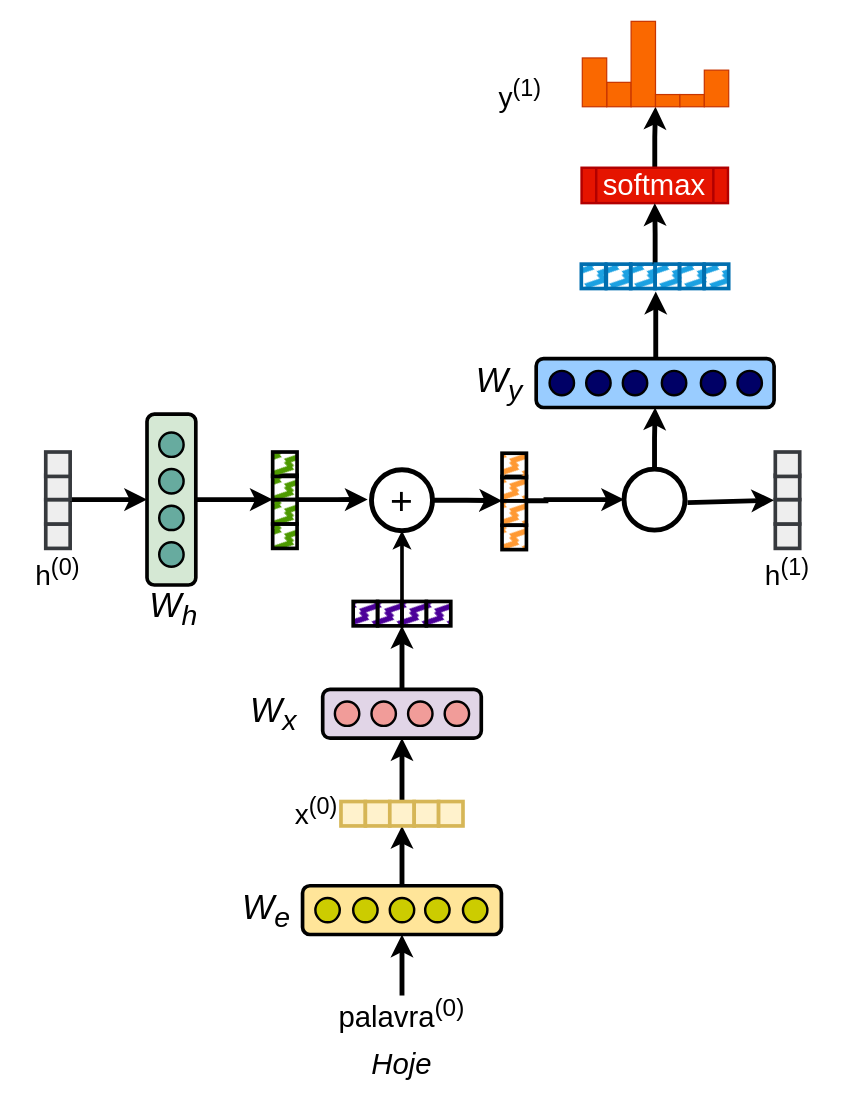
Before: rnn_lm_detailed.drawio in viniciusrpb/drawio_flowcharts, a draw.io diagram. Source tidied: cells renumbered, new cells numbered last; positions are measured from the earlier drawing's top-left corner, leaving out a move shared by most shapes. Both pictures are drawn from the tidied source at 122%, with x=0, y=0 at pixel (21, 21).
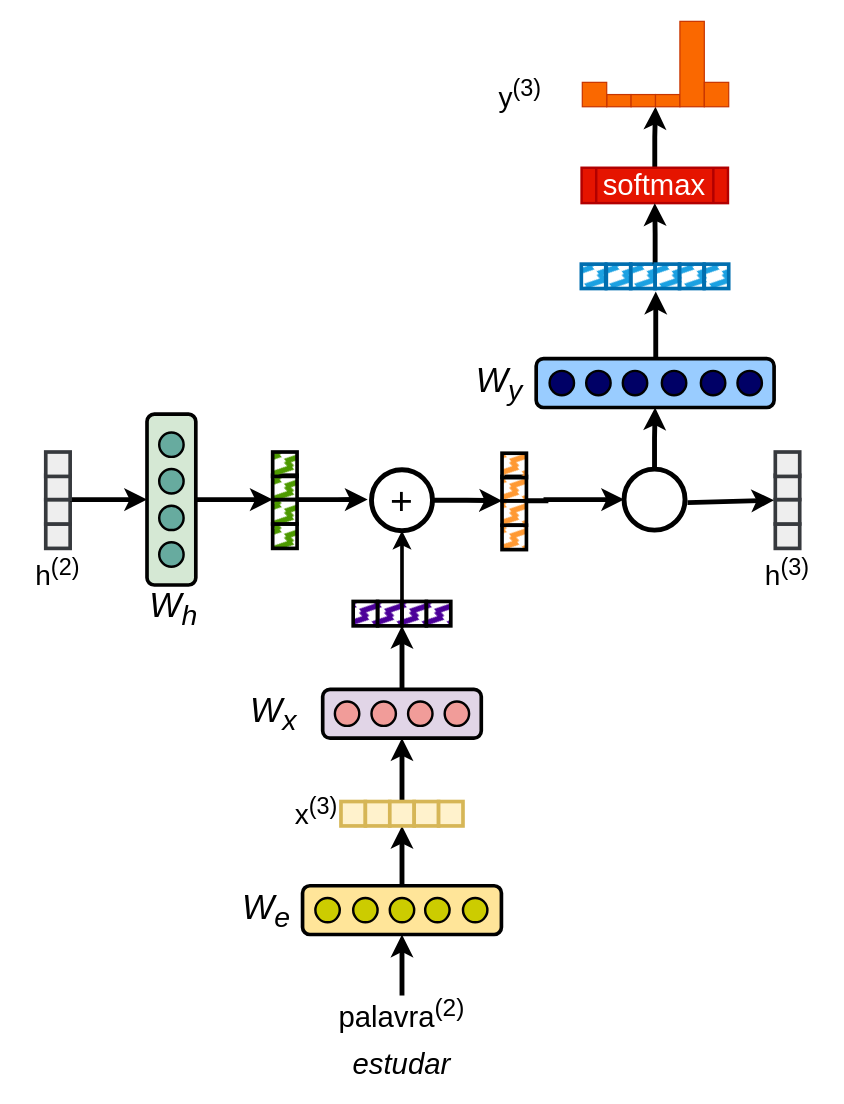
The same diagram, later.

Change to the diagram source:
```diff
@@
-    <mxCell id="13" value="x&lt;sup&gt;(0)&lt;/sup&gt;" style="text;html=1;align=center;verticalAlign=middle;whiteSpace=wrap;rounded=0;fontSize=23;strokeWidth=4;" parent="1" vertex="1">
+    <mxCell id="13" value="x&lt;sup&gt;(3)&lt;/sup&gt;" style="text;html=1;align=center;verticalAlign=middle;whiteSpace=wrap;rounded=0;fontSize=23;strokeWidth=4;" parent="1" vertex="1">
       <mxGeometry x="212" y="632.5" width="60" height="30" as="geometry" />
     </mxCell>
-    <mxCell id="14" value="h&lt;sup&gt;(0)&lt;/sup&gt;" style="text;html=1;align=center;verticalAlign=middle;whiteSpace=wrap;rounded=0;fontSize=23;strokeWidth=4;" parent="1" vertex="1">
+    <mxCell id="14" value="h&lt;sup&gt;(2)&lt;/sup&gt;" style="text;html=1;align=center;verticalAlign=middle;whiteSpace=wrap;rounded=0;fontSize=23;strokeWidth=4;" parent="1" vertex="1">
       <mxGeometry y="437" width="60" height="30" as="geometry" />
     </mxCell>
@@
-    <mxCell id="24" value="palavra&lt;sup&gt;(0)&lt;/sup&gt;" style="text;html=1;align=center;verticalAlign=middle;whiteSpace=wrap;rounded=0;fontSize=24;" parent="1" vertex="1">
+    <mxCell id="24" value="palavra&lt;sup&gt;(2)&lt;/sup&gt;" style="text;html=1;align=center;verticalAlign=middle;whiteSpace=wrap;rounded=0;fontSize=24;" parent="1" vertex="1">
       <mxGeometry x="282" y="798.5" width="60" height="30" as="geometry" />
     </mxCell>
@@
-    <mxCell id="47" value="y&lt;sup&gt;(1)&lt;/sup&gt;" style="text;html=1;align=center;verticalAlign=middle;whiteSpace=wrap;rounded=0;fontSize=23;strokeWidth=4;" parent="1" vertex="1">
+    <mxCell id="47" value="y&lt;sup&gt;(3)&lt;/sup&gt;" style="text;html=1;align=center;verticalAlign=middle;whiteSpace=wrap;rounded=0;fontSize=23;strokeWidth=4;" parent="1" vertex="1">
       <mxGeometry x="379.2" y="45" width="60" height="30" as="geometry" />
     </mxCell>
@@
     <mxCell id="55" style="rounded=0;whiteSpace=wrap;html=1;strokeWidth=1;fillColor=#fa6800;strokeColor=#C73500;fontColor=#000000;" parent="1" vertex="1">
-      <mxGeometry x="479.8" y="50" width="20" height="20" as="geometry" />
+      <mxGeometry x="479.8" y="60" width="20" height="10" as="geometry" />
     </mxCell>
     <mxCell id="56" style="rounded=0;whiteSpace=wrap;html=1;strokeWidth=1;fillColor=#fa6800;strokeColor=#C73500;fontColor=#000000;" parent="1" vertex="1">
-      <mxGeometry x="499.8" width="20" height="70" as="geometry" />
+      <mxGeometry x="499.8" y="60" width="20" height="10" as="geometry" />
     </mxCell>
@@
     <mxCell id="58" style="rounded=0;whiteSpace=wrap;html=1;strokeWidth=1;fillColor=#fa6800;strokeColor=#C73500;fontColor=#000000;" parent="1" vertex="1">
-      <mxGeometry x="539.8" y="60" width="20" height="10" as="geometry" />
+      <mxGeometry x="539.8" width="20" height="70" as="geometry" />
     </mxCell>
     <mxCell id="59" style="rounded=0;whiteSpace=wrap;html=1;strokeWidth=1;fillColor=#fa6800;strokeColor=#C73500;fontColor=#000000;" parent="1" vertex="1">
-      <mxGeometry x="559.8" y="40" width="20" height="30" as="geometry" />
+      <mxGeometry x="559.8" y="50" width="20" height="20" as="geometry" />
     </mxCell>
     <mxCell id="60" style="rounded=0;whiteSpace=wrap;html=1;strokeWidth=1;fillColor=#fa6800;strokeColor=#C73500;fontColor=#000000;" parent="1" vertex="1">
-      <mxGeometry x="459.8" y="30" width="20" height="40" as="geometry" />
+      <mxGeometry x="459.8" y="50" width="20" height="20" as="geometry" />
     </mxCell>
@@
-    <mxCell id="79" value="h&lt;sup&gt;(1)&lt;/sup&gt;" style="text;html=1;align=center;verticalAlign=middle;whiteSpace=wrap;rounded=0;fontSize=23;strokeWidth=4;" parent="1" vertex="1">
+    <mxCell id="79" value="h&lt;sup&gt;(3)&lt;/sup&gt;" style="text;html=1;align=center;verticalAlign=middle;whiteSpace=wrap;rounded=0;fontSize=23;strokeWidth=4;" parent="1" vertex="1">
       <mxGeometry x="598" y="437" width="60" height="30" as="geometry" />
     </mxCell>
@@
-    <mxCell id="89" value="Hoje" style="text;html=1;align=center;verticalAlign=middle;whiteSpace=wrap;rounded=0;fontStyle=2;fontSize=24;" parent="1" vertex="1">
+    <mxCell id="89" value="estudar" style="text;html=1;align=center;verticalAlign=middle;whiteSpace=wrap;rounded=0;fontStyle=2;fontSize=24;" parent="1" vertex="1">
       <mxGeometry x="282" y="840" width="60" height="30" as="geometry" />
     </mxCell>
```
